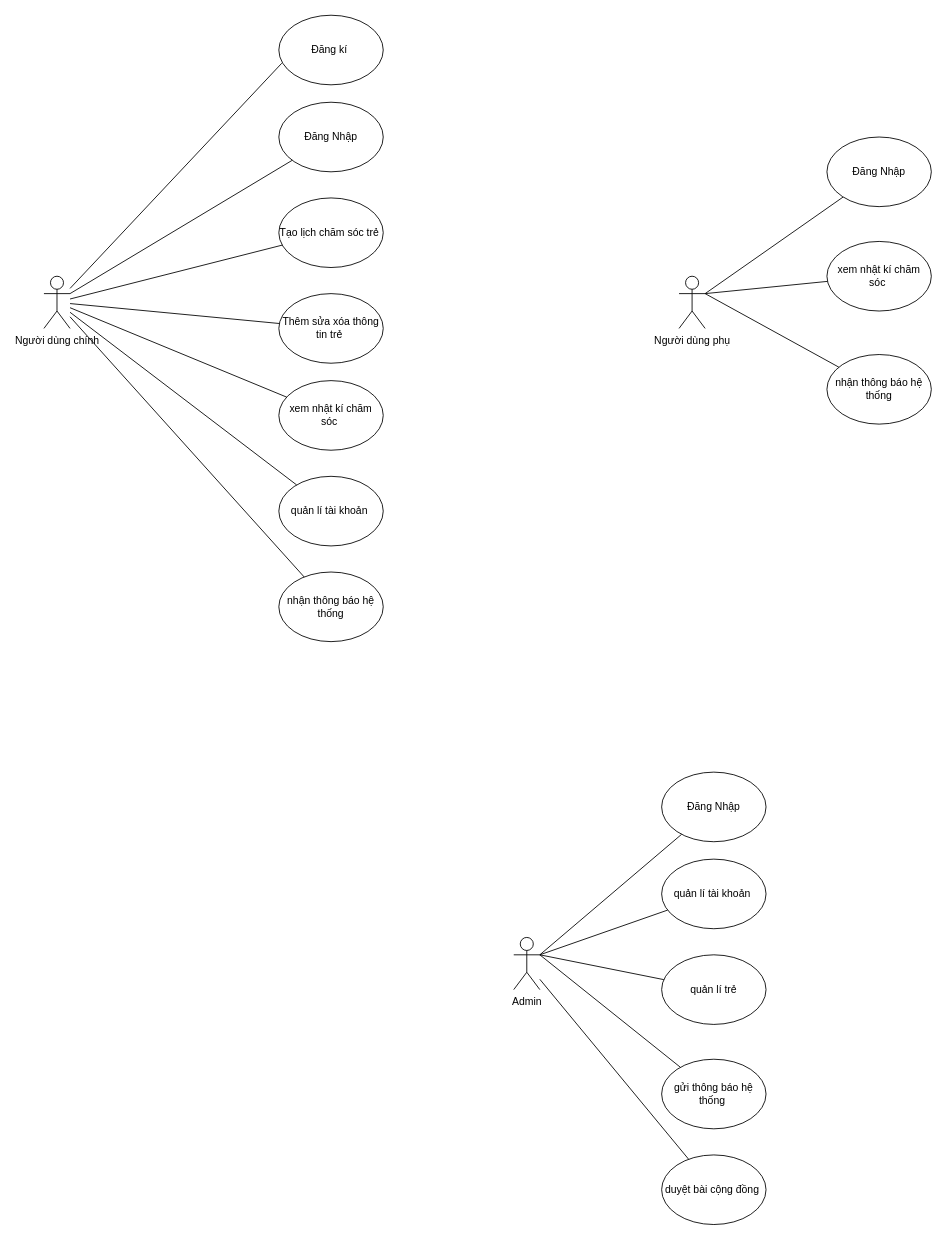
The draw.io diagram UseCase.drawio in NguyenTuanDat187/draw, before the edit. Source tidied: cells renumbered, new cells numbered last; positions are measured from the earlier drawing's top-left corner, leaving out a move shared by most shapes. Both pictures are drawn from the tidied source at 87%, with x=0, y=0 at pixel (44, -359).
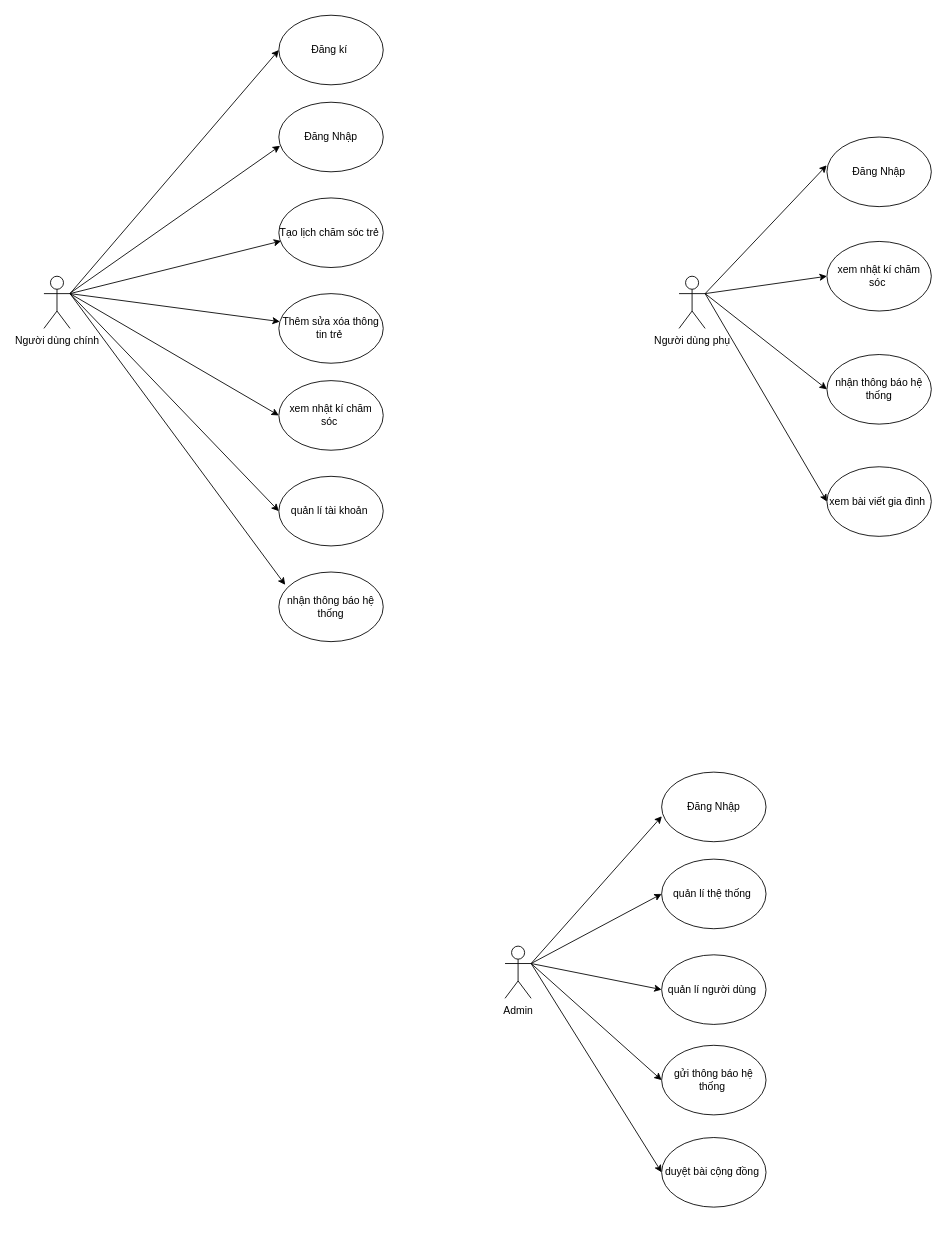
The same diagram, later.

Commit message:
Cập nhật UseCase.drawio

The change refers to these unchanged cells:
```xml
<mxCell id="3" value="Đăng kí&amp;nbsp;" style="ellipse;whiteSpace=wrap;html=1;" parent="1" vertex="1">
  <mxGeometry x="270" y="430" width="120" height="80" as="geometry" />
</mxCell>
<mxCell id="4" value="Đăng Nhập" style="ellipse;whiteSpace=wrap;html=1;" parent="1" vertex="1">
  <mxGeometry x="270" y="530" width="120" height="80" as="geometry" />
</mxCell>
<mxCell id="5" value="Thêm sửa xóa thông tin trẻ&amp;nbsp;" style="ellipse;whiteSpace=wrap;html=1;" parent="1" vertex="1">
  <mxGeometry x="270" y="750" width="120" height="80" as="geometry" />
</mxCell>
<mxCell id="6" value="Tạo lịch chăm sóc trẻ&amp;nbsp;" style="ellipse;whiteSpace=wrap;html=1;" parent="1" vertex="1">
  <mxGeometry x="270" y="640" width="120" height="80" as="geometry" />
</mxCell>
<mxCell id="7" value="xem nhật kí chăm sóc&amp;nbsp;" style="ellipse;whiteSpace=wrap;html=1;" parent="1" vertex="1">
  <mxGeometry x="270" y="850" width="120" height="80" as="geometry" />
</mxCell>
<mxCell id="8" value="quản lí tài khoản&amp;nbsp;" style="ellipse;whiteSpace=wrap;html=1;" parent="1" vertex="1">
  <mxGeometry x="270" y="960" width="120" height="80" as="geometry" />
</mxCell>
<mxCell id="9" value="nhận thông báo hệ thống" style="ellipse;whiteSpace=wrap;html=1;" parent="1" vertex="1">
  <mxGeometry x="270" y="1070" width="120" height="80" as="geometry" />
</mxCell>
<mxCell id="10" value="Người dùng chính" style="shape=umlActor;verticalLabelPosition=bottom;verticalAlign=top;html=1;outlineConnect=0;" parent="1" vertex="1">
  <mxGeometry y="730" width="30" height="60" as="geometry" />
</mxCell>
<mxCell id="18" value="Người dùng phụ" style="shape=umlActor;verticalLabelPosition=bottom;verticalAlign=top;html=1;outlineConnect=0;" parent="1" vertex="1">
  <mxGeometry x="730" y="730" width="30" height="60" as="geometry" />
</mxCell>
<mxCell id="19" value="xem nhật kí chăm sóc&amp;nbsp;" style="ellipse;whiteSpace=wrap;html=1;" parent="1" vertex="1">
  <mxGeometry x="900" y="690" width="120" height="80" as="geometry" />
</mxCell>
<mxCell id="20" value="nhận thông báo hệ thống" style="ellipse;whiteSpace=wrap;html=1;" parent="1" vertex="1">
  <mxGeometry x="900" y="820" width="120" height="80" as="geometry" />
</mxCell>
<mxCell id="29" value="Đăng Nhập" style="ellipse;whiteSpace=wrap;html=1;" parent="1" vertex="1">
  <mxGeometry x="710" y="1300" width="120" height="80" as="geometry" />
</mxCell>
<mxCell id="30" value="Đăng Nhập" style="ellipse;whiteSpace=wrap;html=1;" parent="1" vertex="1">
  <mxGeometry x="900" y="570" width="120" height="80" as="geometry" />
</mxCell>
```

The edit, as a diff of the source:
```diff
@@
-    <mxCell id="11" style="endArrow=none;html=1;rounded=0;entryX=0.028;entryY=0.69;entryDx=0;entryDy=0;entryPerimeter=0;" parent="1" edge="1" source="10" target="3">
-      <mxGeometry relative="1" as="geometry" />
-    </mxCell>
-    <mxCell id="12" style="endArrow=none;html=1;rounded=0;exitX=1;exitY=0.3333333333333333;exitDx=0;exitDy=0;exitPerimeter=0;" parent="1" edge="1" source="10" target="4">
-      <mxGeometry relative="1" as="geometry" />
-    </mxCell>
-    <mxCell id="13" style="endArrow=none;html=1;rounded=0;" parent="1" edge="1" source="10" target="6">
-      <mxGeometry relative="1" as="geometry" />
-    </mxCell>
-    <mxCell id="14" style="endArrow=none;html=1;rounded=0;" parent="1" edge="1" source="10" target="5">
-      <mxGeometry relative="1" as="geometry" />
-    </mxCell>
-    <mxCell id="15" style="endArrow=none;html=1;rounded=0;" parent="1" edge="1" source="10" target="7">
-      <mxGeometry relative="1" as="geometry" />
-    </mxCell>
-    <mxCell id="16" style="endArrow=none;html=1;rounded=0;" parent="1" edge="1" source="10" target="8">
-      <mxGeometry relative="1" as="geometry" />
-    </mxCell>
-    <mxCell id="17" style="endArrow=none;html=1;rounded=0;" parent="1" edge="1" source="10" target="9">
-      <mxGeometry relative="1" as="geometry" />
-    </mxCell>
@@
-    <mxCell id="21" style="endArrow=none;html=1;rounded=0;exitX=1;exitY=0.3333333333333333;exitDx=0;exitDy=0;exitPerimeter=0;" parent="1" edge="1" source="18" target="30">
-      <mxGeometry relative="1" as="geometry" />
-    </mxCell>
-    <mxCell id="22" style="endArrow=none;html=1;rounded=0;exitX=1;exitY=0.3333333333333333;exitDx=0;exitDy=0;exitPerimeter=0;" parent="1" edge="1" source="18" target="19">
-      <mxGeometry relative="1" as="geometry" />
-    </mxCell>
-    <mxCell id="23" style="endArrow=none;html=1;rounded=0;" parent="1" edge="1" target="20">
-      <mxGeometry relative="1" as="geometry">
-        <mxPoint x="760" y="750" as="sourcePoint" />
-      </mxGeometry>
-    </mxCell>
     <mxCell id="24" value="Admin" style="shape=umlActor;verticalLabelPosition=bottom;verticalAlign=top;html=1;outlineConnect=0;" parent="1" vertex="1">
-      <mxGeometry x="540" y="1490" width="30" height="60" as="geometry" />
+      <mxGeometry x="530" y="1500" width="30" height="60" as="geometry" />
     </mxCell>
-    <mxCell id="25" value="quản lí trẻ" style="ellipse;whiteSpace=wrap;html=1;" parent="1" vertex="1">
+    <mxCell id="25" value="quản lí người dùng&amp;nbsp;" style="ellipse;whiteSpace=wrap;html=1;" parent="1" vertex="1">
       <mxGeometry x="710" y="1510" width="120" height="80" as="geometry" />
     </mxCell>
     <mxCell id="26" value="gửi thông báo hệ thống&amp;nbsp;" style="ellipse;whiteSpace=wrap;html=1;" parent="1" vertex="1">
-      <mxGeometry x="710" y="1630" width="120" height="80" as="geometry" />
+      <mxGeometry x="710" y="1614" width="120" height="80" as="geometry" />
     </mxCell>
-    <mxCell id="27" value="quản lí tài khoản&amp;nbsp;" style="ellipse;whiteSpace=wrap;html=1;" parent="1" vertex="1">
+    <mxCell id="27" value="quản lí thệ thống&amp;nbsp;" style="ellipse;whiteSpace=wrap;html=1;" parent="1" vertex="1">
       <mxGeometry x="710" y="1400" width="120" height="80" as="geometry" />
     </mxCell>
     <mxCell id="28" value="duyệt bài cộng đồng&amp;nbsp;" style="ellipse;whiteSpace=wrap;html=1;" parent="1" vertex="1">
-      <mxGeometry x="710" y="1740" width="120" height="80" as="geometry" />
+      <mxGeometry x="710" y="1720" width="120" height="80" as="geometry" />
     </mxCell>
@@
+    <mxCell id="36" value="xem bài viết gia đình&amp;nbsp;" style="ellipse;whiteSpace=wrap;html=1;" parent="1" vertex="1">
+      <mxGeometry x="900" y="949" width="120" height="80" as="geometry" />
+    </mxCell>
+    <mxCell id="17" style="endArrow=classic;html=1;rounded=0;entryX=0.061;entryY=0.185;entryDx=0;entryDy=0;entryPerimeter=0;exitX=1;exitY=0.3333333333333333;exitDx=0;exitDy=0;exitPerimeter=0;" parent="1" edge="1" source="10" target="9">
+      <mxGeometry relative="1" as="geometry" />
+    </mxCell>
+    <mxCell id="16" style="endArrow=classic;html=1;rounded=0;entryX=0;entryY=0.5;entryDx=0;entryDy=0;exitX=1;exitY=0.3333333333333333;exitDx=0;exitDy=0;exitPerimeter=0;" parent="1" edge="1" source="10" target="8">
+      <mxGeometry relative="1" as="geometry" />
+    </mxCell>
+    <mxCell id="14" style="endArrow=classic;html=1;rounded=0;exitX=1;exitY=0.3333333333333333;exitDx=0;exitDy=0;exitPerimeter=0;" parent="1" edge="1" source="10" target="5">
+      <mxGeometry relative="1" as="geometry" />
+    </mxCell>
+    <mxCell id="13" style="endArrow=classic;html=1;rounded=0;exitX=1;exitY=0.3333333333333333;exitDx=0;exitDy=0;exitPerimeter=0;entryX=0.022;entryY=0.619;entryDx=0;entryDy=0;entryPerimeter=0;" parent="1" edge="1" source="10" target="6">
+      <mxGeometry relative="1" as="geometry" />
+    </mxCell>
+    <mxCell id="15" style="endArrow=classic;html=1;rounded=0;exitX=1;exitY=0.3333333333333333;exitDx=0;exitDy=0;exitPerimeter=0;entryX=0;entryY=0.5;entryDx=0;entryDy=0;" parent="1" edge="1" source="10" target="7">
+      <mxGeometry relative="1" as="geometry" />
+    </mxCell>
+    <mxCell id="12" style="endArrow=classic;html=1;rounded=0;entryX=0.012;entryY=0.626;entryDx=0;entryDy=0;entryPerimeter=0;" parent="1" edge="1" source="10" target="4">
+      <mxGeometry relative="1" as="geometry" />
+    </mxCell>
+    <mxCell id="11" style="endArrow=classic;html=1;rounded=0;exitX=1;exitY=0.3333333333333333;exitDx=0;exitDy=0;exitPerimeter=0;entryX=0;entryY=0.5;entryDx=0;entryDy=0;" parent="1" edge="1" source="10" target="3">
+      <mxGeometry relative="1" as="geometry" />
+    </mxCell>
+    <mxCell id="21" style="endArrow=classic;html=1;rounded=0;exitX=1;exitY=0.3333333333333333;exitDx=0;exitDy=0;exitPerimeter=0;entryX=-0.002;entryY=0.406;entryDx=0;entryDy=0;entryPerimeter=0;" parent="1" edge="1" source="18" target="30">
+      <mxGeometry relative="1" as="geometry" />
+    </mxCell>
+    <mxCell id="22" style="endArrow=classic;html=1;rounded=0;exitX=1;exitY=0.3333333333333333;exitDx=0;exitDy=0;exitPerimeter=0;entryX=0;entryY=0.5;entryDx=0;entryDy=0;" parent="1" edge="1" source="18" target="19">
+      <mxGeometry relative="1" as="geometry" />
+    </mxCell>
+    <mxCell id="37" style="endArrow=classic;html=1;rounded=0;exitX=1;exitY=0.3333333333333333;exitDx=0;exitDy=0;exitPerimeter=0;entryX=0;entryY=0.5;entryDx=0;entryDy=0;" parent="1" edge="1" source="18" target="20">
+      <mxGeometry relative="1" as="geometry" />
+    </mxCell>
+    <mxCell id="38" style="endArrow=classic;html=1;rounded=0;exitX=1;exitY=0.3333333333333333;exitDx=0;exitDy=0;exitPerimeter=0;entryX=0;entryY=0.5;entryDx=0;entryDy=0;" parent="1" edge="1" source="18" target="36">
+      <mxGeometry relative="1" as="geometry" />
+    </mxCell>
-    <mxCell id="31" style="endArrow=none;html=1;rounded=0;exitX=1;exitY=0.3333333333333333;exitDx=0;exitDy=0;exitPerimeter=0;" parent="1" edge="1" source="24" target="29">
+    <mxCell id="31" style="endArrow=classic;html=1;rounded=0;exitX=1;exitY=0.3333333333333333;exitDx=0;exitDy=0;exitPerimeter=0;entryX=0.002;entryY=0.634;entryDx=0;entryDy=0;entryPerimeter=0;" parent="1" edge="1" source="24" target="29">
       <mxGeometry relative="1" as="geometry" />
     </mxCell>
-    <mxCell id="32" style="endArrow=none;html=1;rounded=0;exitX=1;exitY=0.3333333333333333;exitDx=0;exitDy=0;exitPerimeter=0;" parent="1" edge="1" source="24" target="27">
+    <mxCell id="32" style="endArrow=classic;html=1;rounded=0;exitX=1;exitY=0.3333333333333333;exitDx=0;exitDy=0;exitPerimeter=0;entryX=0;entryY=0.5;entryDx=0;entryDy=0;" parent="1" edge="1" source="24" target="27">
       <mxGeometry relative="1" as="geometry" />
     </mxCell>
-    <mxCell id="33" style="endArrow=none;html=1;rounded=0;exitX=1;exitY=0.3333333333333333;exitDx=0;exitDy=0;exitPerimeter=0;" parent="1" edge="1" source="24" target="25">
+    <mxCell id="33" style="endArrow=classic;html=1;rounded=0;exitX=1;exitY=0.3333333333333333;exitDx=0;exitDy=0;exitPerimeter=0;entryX=0;entryY=0.5;entryDx=0;entryDy=0;" parent="1" edge="1" source="24" target="25">
       <mxGeometry relative="1" as="geometry" />
     </mxCell>
-    <mxCell id="34" style="endArrow=none;html=1;rounded=0;exitX=1;exitY=0.3333333333333333;exitDx=0;exitDy=0;exitPerimeter=0;" parent="1" edge="1" source="24" target="26">
+    <mxCell id="34" style="endArrow=classic;html=1;rounded=0;exitX=1;exitY=0.3333333333333333;exitDx=0;exitDy=0;exitPerimeter=0;entryX=0;entryY=0.5;entryDx=0;entryDy=0;" parent="1" edge="1" source="24" target="26">
       <mxGeometry relative="1" as="geometry" />
     </mxCell>
-    <mxCell id="35" style="endArrow=none;html=1;rounded=0;" parent="1" edge="1" source="24" target="28">
+    <mxCell id="35" style="endArrow=classic;html=1;rounded=0;exitX=1;exitY=0.3333333333333333;exitDx=0;exitDy=0;exitPerimeter=0;entryX=0;entryY=0.5;entryDx=0;entryDy=0;" parent="1" edge="1" source="24" target="28">
       <mxGeometry relative="1" as="geometry" />
     </mxCell>
```
